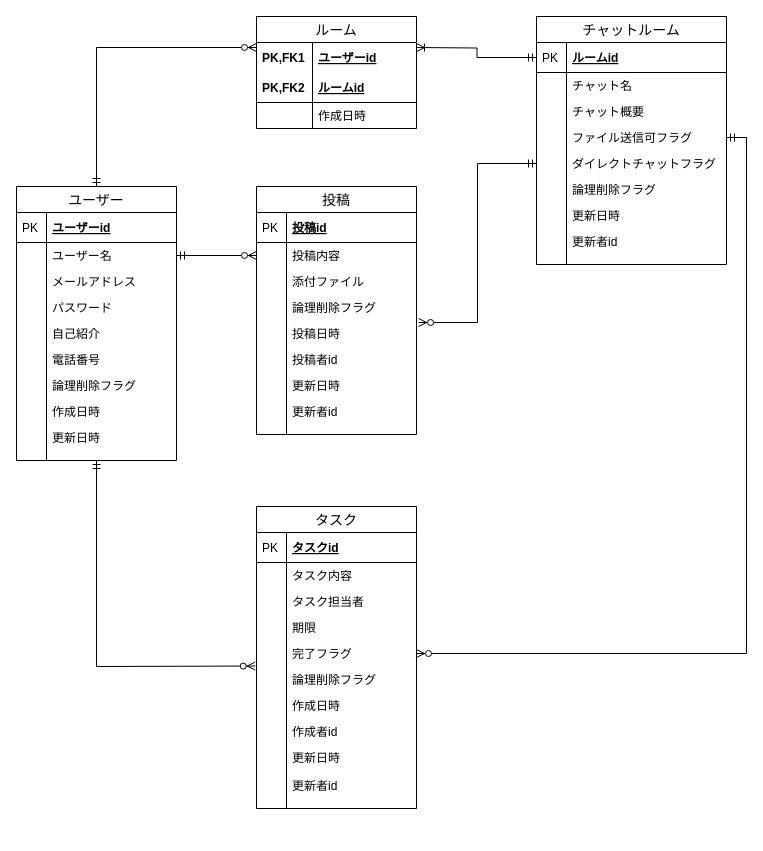
Before: db/db-challenge1/db-challenge1.drawio in takumi98/quelcode-db, a draw.io diagram. Source tidied: cells renumbered, new cells numbered last; positions are measured from the earlier drawing's top-left corner, leaving out a move shared by most shapes. Both pictures are drawn from the tidied source at 100%, with x=0, y=0 at pixel (16, 16).
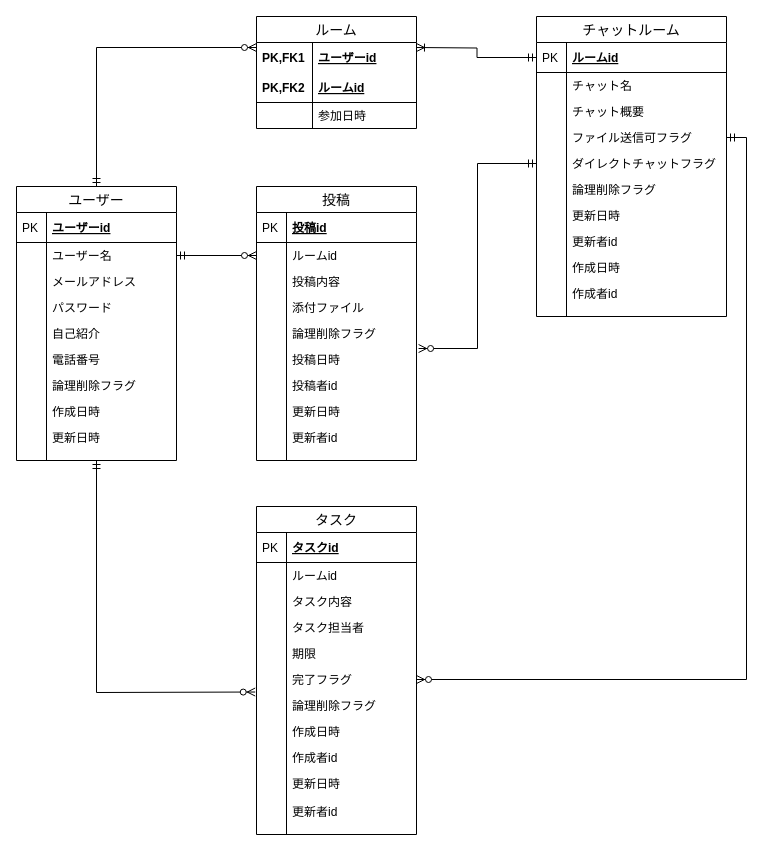
Above is the later version.

Commit message:
チャットルームテーブルの変更、ルームidの追加

The change refers to these unchanged cells:
```xml
<mxCell id="4" value="ルーム" style="swimlane;fontStyle=0;horizontal=1;startSize=26;align=center;fontSize=14;" parent="1" vertex="1">
  <mxGeometry x="240" width="160" height="112" as="geometry" />
</mxCell>
<mxCell id="12" value="ユーザー" style="swimlane;fontStyle=0;horizontal=1;startSize=26;align=center;fontSize=14;" parent="1" vertex="1">
  <mxGeometry y="170" width="160" height="274" as="geometry" />
</mxCell>
```

What changed in the source:
```diff
@@
-    <mxCell id="9" value="作成日時" style="shape=partialRectangle;top=0;left=0;right=0;bottom=0;align=left;verticalAlign=top;fillColor=none;spacingLeft=60;spacingRight=4;overflow=hidden;fontSize=12;" parent="4" vertex="1">
+    <mxCell id="9" value="参加日時" style="shape=partialRectangle;top=0;left=0;right=0;bottom=0;align=left;verticalAlign=top;fillColor=none;spacingLeft=60;spacingRight=4;overflow=hidden;fontSize=12;" parent="4" vertex="1">
       <mxGeometry y="86" width="160" height="26" as="geometry" />
     </mxCell>
@@
     <mxCell id="11" style="edgeStyle=none;rounded=0;jettySize=auto;html=1;entryX=-0.008;entryY=0.982;entryDx=0;entryDy=0;entryPerimeter=0;startArrow=ERmandOne;startFill=0;endArrow=ERzeroToMany;endFill=1;" parent="1" edge="1" source="12" target="62">
       <mxGeometry relative="1" as="geometry">
         <Array as="points">
-          <mxPoint x="80" y="650" />
+          <mxPoint x="80" y="676" />
         </Array>
       </mxGeometry>
     </mxCell>
@@
     <mxCell id="33" value="投稿" style="swimlane;fontStyle=0;horizontal=1;startSize=26;align=center;fontSize=14;" parent="1" vertex="1">
-      <mxGeometry x="240" y="170" width="160" height="248" as="geometry" />
+      <mxGeometry x="240" y="170" width="160" height="274" as="geometry" />
     </mxCell>
@@
-    <mxCell id="36" value="投稿内容" style="shape=partialRectangle;top=0;left=0;right=0;bottom=0;align=left;verticalAlign=top;fillColor=none;spacingLeft=34;spacingRight=4;overflow=hidden;points=[[0,0.5],[1,0.5]];portConstraint=eastwest;fontSize=12;" parent="33" vertex="1">
+    <mxCell id="36" value="ルームid" style="shape=partialRectangle;top=0;left=0;right=0;bottom=0;align=left;verticalAlign=top;fillColor=none;spacingLeft=34;spacingRight=4;overflow=hidden;points=[[0,0.5],[1,0.5]];portConstraint=eastwest;fontSize=12;" parent="33" vertex="1">
       <mxGeometry y="56" width="160" height="26" as="geometry" />
     </mxCell>
@@
+    <mxCell id="98" value="投稿内容" style="shape=partialRectangle;top=0;left=0;right=0;bottom=0;align=left;verticalAlign=top;fillColor=none;spacingLeft=34;spacingRight=4;overflow=hidden;fontSize=12;" parent="33" vertex="1">
+      <mxGeometry y="82" width="160" height="26" as="geometry" />
+    </mxCell>
+    <mxCell id="99" style="shape=partialRectangle;top=0;left=0;bottom=0;fillColor=none;align=left;verticalAlign=top;spacingLeft=4;spacingRight=4;overflow=hidden;fontSize=12;" parent="98" vertex="1">
+      <mxGeometry width="30" height="26" as="geometry" />
+    </mxCell>
     <mxCell id="38" value="添付ファイル" style="shape=partialRectangle;top=0;left=0;right=0;bottom=0;align=left;verticalAlign=top;fillColor=none;spacingLeft=34;spacingRight=4;overflow=hidden;fontSize=12;" parent="33" vertex="1">
-      <mxGeometry y="82" width="160" height="26" as="geometry" />
+      <mxGeometry y="108" width="160" height="26" as="geometry" />
     </mxCell>
@@
     <mxCell id="40" value="論理削除フラグ" style="shape=partialRectangle;top=0;left=0;right=0;bottom=0;align=left;verticalAlign=top;fillColor=none;spacingLeft=34;spacingRight=4;overflow=hidden;fontSize=12;" parent="33" vertex="1">
-      <mxGeometry y="108" width="160" height="26" as="geometry" />
+      <mxGeometry y="134" width="160" height="26" as="geometry" />
     </mxCell>
@@
     <mxCell id="42" value="投稿日時" style="shape=partialRectangle;top=0;left=0;right=0;bottom=0;align=left;verticalAlign=top;fillColor=none;spacingLeft=34;spacingRight=4;overflow=hidden;points=[[0,0.5],[1,0.5]];portConstraint=eastwest;fontSize=12;" parent="33" vertex="1">
-      <mxGeometry y="134" width="160" height="26" as="geometry" />
+      <mxGeometry y="160" width="160" height="26" as="geometry" />
     </mxCell>
@@
     <mxCell id="44" value="投稿者id" style="shape=partialRectangle;top=0;left=0;right=0;bottom=0;align=left;verticalAlign=top;fillColor=none;spacingLeft=34;spacingRight=4;overflow=hidden;fontSize=12;" parent="33" vertex="1">
-      <mxGeometry y="160" width="160" height="26" as="geometry" />
+      <mxGeometry y="186" width="160" height="26" as="geometry" />
     </mxCell>
@@
     <mxCell id="46" value="更新日時" style="shape=partialRectangle;top=0;left=0;right=0;bottom=0;align=left;verticalAlign=top;fillColor=none;spacingLeft=34;spacingRight=4;overflow=hidden;fontSize=12;" parent="33" vertex="1">
-      <mxGeometry y="186" width="160" height="26" as="geometry" />
+      <mxGeometry y="212" width="160" height="26" as="geometry" />
     </mxCell>
@@
     <mxCell id="48" value="更新者id" style="shape=partialRectangle;top=0;left=0;right=0;bottom=0;align=left;verticalAlign=top;fillColor=none;spacingLeft=34;spacingRight=4;overflow=hidden;fontSize=12;" parent="33" vertex="1">
-      <mxGeometry y="212" width="160" height="26" as="geometry" />
+      <mxGeometry y="238" width="160" height="26" as="geometry" />
     </mxCell>
@@
     <mxCell id="50" style="shape=partialRectangle;top=0;left=0;right=0;bottom=0;align=left;verticalAlign=top;fillColor=none;spacingLeft=34;spacingRight=4;overflow=hidden;fontSize=12;" parent="33" vertex="1">
-      <mxGeometry y="238" width="160" height="10" as="geometry" />
+      <mxGeometry y="264" width="160" height="10" as="geometry" />
     </mxCell>
@@
     <mxCell id="53" value="タスク" style="swimlane;fontStyle=0;horizontal=1;startSize=26;align=center;fontSize=14;" parent="1" vertex="1">
-      <mxGeometry x="240" y="490" width="160" height="302" as="geometry" />
+      <mxGeometry x="240" y="490" width="160" height="328" as="geometry" />
     </mxCell>
@@
-    <mxCell id="56" value="タスク内容" style="shape=partialRectangle;top=0;left=0;right=0;bottom=0;align=left;verticalAlign=top;fillColor=none;spacingLeft=34;spacingRight=4;overflow=hidden;fontSize=12;fontStyle=0;" parent="53" vertex="1">
+    <mxCell id="56" value="ルームid" style="shape=partialRectangle;top=0;left=0;right=0;bottom=0;align=left;verticalAlign=top;fillColor=none;spacingLeft=34;spacingRight=4;overflow=hidden;fontSize=12;fontStyle=0;" parent="53" vertex="1">
       <mxGeometry y="56" width="160" height="26" as="geometry" />
     </mxCell>
@@
+    <mxCell id="100" value="タスク内容" style="shape=partialRectangle;top=0;left=0;right=0;bottom=0;align=left;verticalAlign=top;fillColor=none;spacingLeft=34;spacingRight=4;overflow=hidden;fontSize=12;fontStyle=0;" parent="53" vertex="1">
+      <mxGeometry y="82" width="160" height="26" as="geometry" />
+    </mxCell>
+    <mxCell id="101" style="shape=partialRectangle;top=0;left=0;bottom=0;fillColor=none;align=left;verticalAlign=top;spacingLeft=4;spacingRight=4;overflow=hidden;fontSize=12;" parent="100" vertex="1">
+      <mxGeometry width="30" height="26" as="geometry" />
+    </mxCell>
     <mxCell id="58" value="タスク担当者" style="shape=partialRectangle;top=0;left=0;right=0;bottom=0;align=left;verticalAlign=top;fillColor=none;spacingLeft=34;spacingRight=4;overflow=hidden;fontSize=12;" parent="53" vertex="1">
-      <mxGeometry y="82" width="160" height="26" as="geometry" />
+      <mxGeometry y="108" width="160" height="26" as="geometry" />
     </mxCell>
@@
     <mxCell id="60" value="期限" style="shape=partialRectangle;top=0;left=0;right=0;bottom=0;align=left;verticalAlign=top;fillColor=none;spacingLeft=34;spacingRight=4;overflow=hidden;fontSize=12;" parent="53" vertex="1">
-      <mxGeometry y="108" width="160" height="26" as="geometry" />
+      <mxGeometry y="134" width="160" height="26" as="geometry" />
     </mxCell>
@@
     <mxCell id="62" value="完了フラグ" style="shape=partialRectangle;top=0;left=0;right=0;bottom=0;align=left;verticalAlign=top;fillColor=none;spacingLeft=34;spacingRight=4;overflow=hidden;points=[[0,0.5],[1,0.5]];portConstraint=eastwest;fontSize=12;" parent="53" vertex="1">
-      <mxGeometry y="134" width="160" height="26" as="geometry" />
+      <mxGeometry y="160" width="160" height="26" as="geometry" />
     </mxCell>
@@
     <mxCell id="64" value="論理削除フラグ" style="shape=partialRectangle;top=0;left=0;right=0;bottom=0;align=left;verticalAlign=top;fillColor=none;spacingLeft=34;spacingRight=4;overflow=hidden;fontSize=12;" parent="53" vertex="1">
-      <mxGeometry y="160" width="160" height="26" as="geometry" />
+      <mxGeometry y="186" width="160" height="26" as="geometry" />
     </mxCell>
@@
     <mxCell id="66" value="作成日時" style="shape=partialRectangle;top=0;left=0;right=0;bottom=0;align=left;verticalAlign=top;fillColor=none;spacingLeft=34;spacingRight=4;overflow=hidden;fontSize=12;" parent="53" vertex="1">
-      <mxGeometry y="186" width="160" height="26" as="geometry" />
+      <mxGeometry y="212" width="160" height="26" as="geometry" />
     </mxCell>
@@
     <mxCell id="68" value="作成者id" style="shape=partialRectangle;top=0;left=0;right=0;bottom=0;align=left;verticalAlign=top;fillColor=none;spacingLeft=34;spacingRight=4;overflow=hidden;fontSize=12;" parent="53" vertex="1">
-      <mxGeometry y="212" width="160" height="26" as="geometry" />
+      <mxGeometry y="238" width="160" height="26" as="geometry" />
     </mxCell>
@@
     <mxCell id="70" value="更新日時" style="shape=partialRectangle;top=0;left=0;right=0;bottom=0;align=left;verticalAlign=top;fillColor=none;spacingLeft=34;spacingRight=4;overflow=hidden;fontSize=12;" parent="53" vertex="1">
-      <mxGeometry y="238" width="160" height="28" as="geometry" />
+      <mxGeometry y="264" width="160" height="28" as="geometry" />
     </mxCell>
@@
     <mxCell id="72" value="更新者id" style="shape=partialRectangle;top=0;left=0;right=0;bottom=0;align=left;verticalAlign=top;fillColor=none;spacingLeft=34;spacingRight=4;overflow=hidden;fontSize=12;" parent="53" vertex="1">
-      <mxGeometry y="266" width="160" height="26" as="geometry" />
+      <mxGeometry y="292" width="160" height="26" as="geometry" />
     </mxCell>
@@
     <mxCell id="74" style="shape=partialRectangle;top=0;left=0;right=0;bottom=0;align=left;verticalAlign=top;fillColor=none;spacingLeft=34;spacingRight=4;overflow=hidden;fontSize=12;" parent="53" vertex="1">
-      <mxGeometry y="292" width="160" height="10" as="geometry" />
+      <mxGeometry y="318" width="160" height="10" as="geometry" />
     </mxCell>
@@
     <mxCell id="76" value="チャットルーム" style="swimlane;fontStyle=0;horizontal=1;startSize=26;align=center;fontSize=14;" parent="1" vertex="1">
-      <mxGeometry x="520" width="190" height="248" as="geometry" />
+      <mxGeometry x="520" width="190" height="300" as="geometry" />
     </mxCell>
@@
+    <mxCell id="102" value="作成日時" style="shape=partialRectangle;top=0;left=0;right=0;bottom=0;align=left;verticalAlign=top;fillColor=none;spacingLeft=34;spacingRight=4;overflow=hidden;fontSize=12;" parent="76" vertex="1">
+      <mxGeometry y="238" width="190" height="26" as="geometry" />
+    </mxCell>
+    <mxCell id="103" style="shape=partialRectangle;top=0;left=0;bottom=0;fillColor=none;align=left;verticalAlign=top;spacingLeft=4;spacingRight=4;overflow=hidden;fontSize=12;" parent="102" vertex="1">
+      <mxGeometry width="30" height="26" as="geometry" />
+    </mxCell>
+    <mxCell id="104" value="作成者id" style="shape=partialRectangle;top=0;left=0;right=0;bottom=0;align=left;verticalAlign=top;fillColor=none;spacingLeft=34;spacingRight=4;overflow=hidden;fontSize=12;" parent="76" vertex="1">
+      <mxGeometry y="264" width="190" height="26" as="geometry" />
+    </mxCell>
+    <mxCell id="105" style="shape=partialRectangle;top=0;left=0;bottom=0;fillColor=none;align=left;verticalAlign=top;spacingLeft=4;spacingRight=4;overflow=hidden;fontSize=12;" parent="104" vertex="1">
+      <mxGeometry width="30" height="26" as="geometry" />
+    </mxCell>
     <mxCell id="93" style="shape=partialRectangle;top=0;left=0;right=0;bottom=0;align=left;verticalAlign=top;fillColor=none;spacingLeft=34;spacingRight=4;overflow=hidden;fontSize=12;" parent="76" vertex="1">
-      <mxGeometry y="238" width="190" height="10" as="geometry" />
+      <mxGeometry y="290" width="190" height="10" as="geometry" />
     </mxCell>
```
